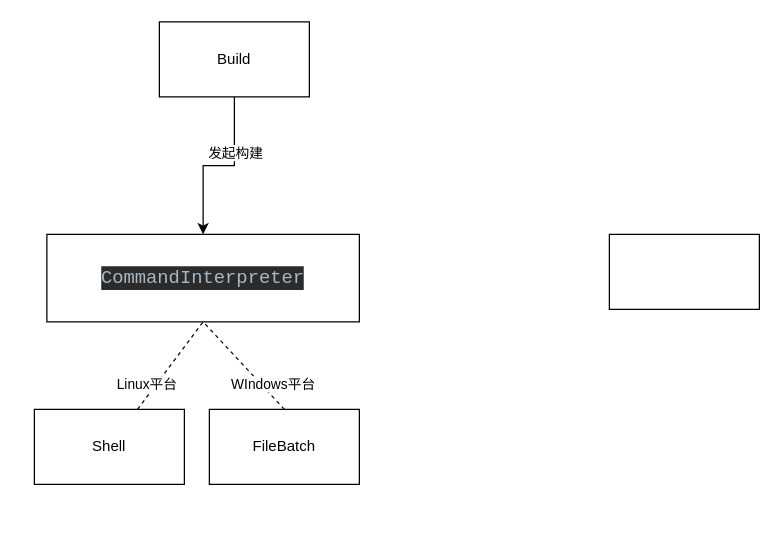
cherishsince/diagrams.net keeps this draw.io diagram as jenkins/jenkins cmds.drawio. Above is the earlier version. Source tidied: cells renumbered, new cells numbered last; positions are measured from the earlier drawing's top-left corner, leaving out a move shared by most shapes. Both pictures are drawn from the tidied source at 125%, with x=0, y=0 at pixel (34, 21).
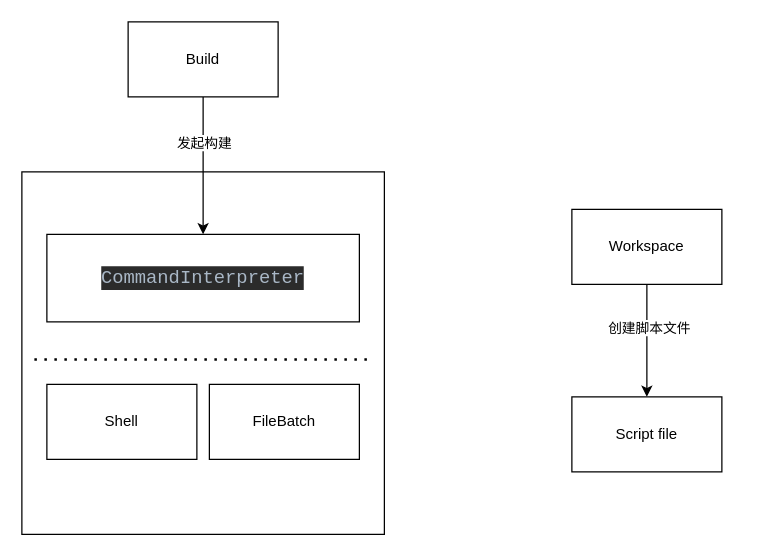
The same page after the edit.

Diff of the diagram source:
```diff
@@
 <mxGraphModel>
   <root>
     <mxCell id="0" />
     <mxCell id="1" parent="0" />
+    <mxCell id="13" style="whiteSpace=wrap;html=1;" parent="1" vertex="1">
+      <mxGeometry x="-10" y="120" width="290" height="290" as="geometry" />
+    </mxCell>
     <mxCell id="2" value="FileBatch" style="rounded=0;whiteSpace=wrap;html=1;" parent="1" vertex="1">
-      <mxGeometry x="140" y="310" width="120" height="60" as="geometry" />
+      <mxGeometry x="140" y="290" width="120" height="60" as="geometry" />
     </mxCell>
     <mxCell id="3" style="edgeStyle=orthogonalEdgeStyle;rounded=0;jettySize=auto;html=1;" parent="1" edge="1" source="5" target="7">
       <mxGeometry relative="1" as="geometry" />
     </mxCell>
     <mxCell id="4" value="发起构建" style="edgeLabel;html=1;align=center;verticalAlign=middle;" parent="3" vertex="1">
       <mxGeometry x="-0.35" relative="1" as="geometry" />
     </mxCell>
     <mxCell id="5" value="Build" style="rounded=0;whiteSpace=wrap;html=1;" parent="1" vertex="1">
-      <mxGeometry x="100" width="120" height="60" as="geometry" />
+      <mxGeometry x="75" width="120" height="60" as="geometry" />
     </mxCell>
     <mxCell id="6" value="Shell" style="rounded=0;whiteSpace=wrap;html=1;" parent="1" vertex="1">
-      <mxGeometry y="310" width="120" height="60" as="geometry" />
+      <mxGeometry x="10" y="290" width="120" height="60" as="geometry" />
     </mxCell>
     <mxCell id="7" value="&lt;pre style=&quot;background-color: #2b2b2b ; color: #a9b7c6 ; font-family: &amp;#34;jetbrains mono&amp;#34; , monospace ; font-size: 11.3pt&quot;&gt;CommandInterpreter&lt;/pre&gt;" style="rounded=0;whiteSpace=wrap;html=1;" parent="1" vertex="1">
       <mxGeometry x="10" y="170" width="250" height="70" as="geometry" />
     </mxCell>
+    <mxCell id="14" style="edgeStyle=orthogonalEdgeStyle;rounded=0;jettySize=auto;html=1;entryX=0.5;entryY=0;entryDx=0;entryDy=0;" parent="1" edge="1" source="8" target="17">
+      <mxGeometry relative="1" as="geometry" />
+    </mxCell>
+    <mxCell id="15" value="创建脚本文件" style="edgeLabel;html=1;align=center;verticalAlign=middle;" parent="14" vertex="1">
+      <mxGeometry x="-0.24" y="1" relative="1" as="geometry" />
+    </mxCell>
-    <mxCell id="8" style="rounded=0;whiteSpace=wrap;html=1;" parent="1" vertex="1">
-      <mxGeometry x="460" y="170" width="120" height="60" as="geometry" />
+    <mxCell id="8" value="Workspace" style="rounded=0;whiteSpace=wrap;html=1;" parent="1" vertex="1">
+      <mxGeometry x="430" y="150" width="120" height="60" as="geometry" />
     </mxCell>
-    <mxCell id="9" style="endArrow=none;dashed=1;html=1;entryX=0.5;entryY=1;entryDx=0;entryDy=0;" parent="1" edge="1" source="6" target="7">
-      <mxGeometry relative="1" as="geometry" />
-    </mxCell>
-    <mxCell id="10" value="Linux平台" style="edgeLabel;html=1;align=center;verticalAlign=middle;" parent="9" vertex="1">
-      <mxGeometry x="-0.09" y="2" relative="1" as="geometry">
-        <mxPoint x="-15" y="13" as="offset" />
-      </mxGeometry>
-    </mxCell>
-    <mxCell id="11" style="endArrow=none;dashed=1;html=1;entryX=0.5;entryY=1;entryDx=0;entryDy=0;exitX=0.5;exitY=0;exitDx=0;exitDy=0;" parent="1" edge="1" source="2" target="7">
-      <mxGeometry relative="1" as="geometry" />
-    </mxCell>
-    <mxCell id="12" value="WIndows平台" style="edgeLabel;html=1;align=center;verticalAlign=middle;" parent="11" vertex="1">
-      <mxGeometry x="0.01" relative="1" as="geometry">
-        <mxPoint x="23" y="15" as="offset" />
-      </mxGeometry>
-    </mxCell>
+    <mxCell id="16" style="endArrow=none;dashed=1;html=1;dashPattern=1 3;strokeWidth=2;" parent="1" edge="1">
+      <mxGeometry relative="1" as="geometry">
+        <mxPoint y="270" as="sourcePoint" />
+        <mxPoint x="270" y="270" as="targetPoint" />
+      </mxGeometry>
+    </mxCell>
+    <mxCell id="17" value="Script file" style="rounded=0;whiteSpace=wrap;html=1;" parent="1" vertex="1">
+      <mxGeometry x="430" y="300" width="120" height="60" as="geometry" />
+    </mxCell>
   </root>
 </mxGraphModel>
```
